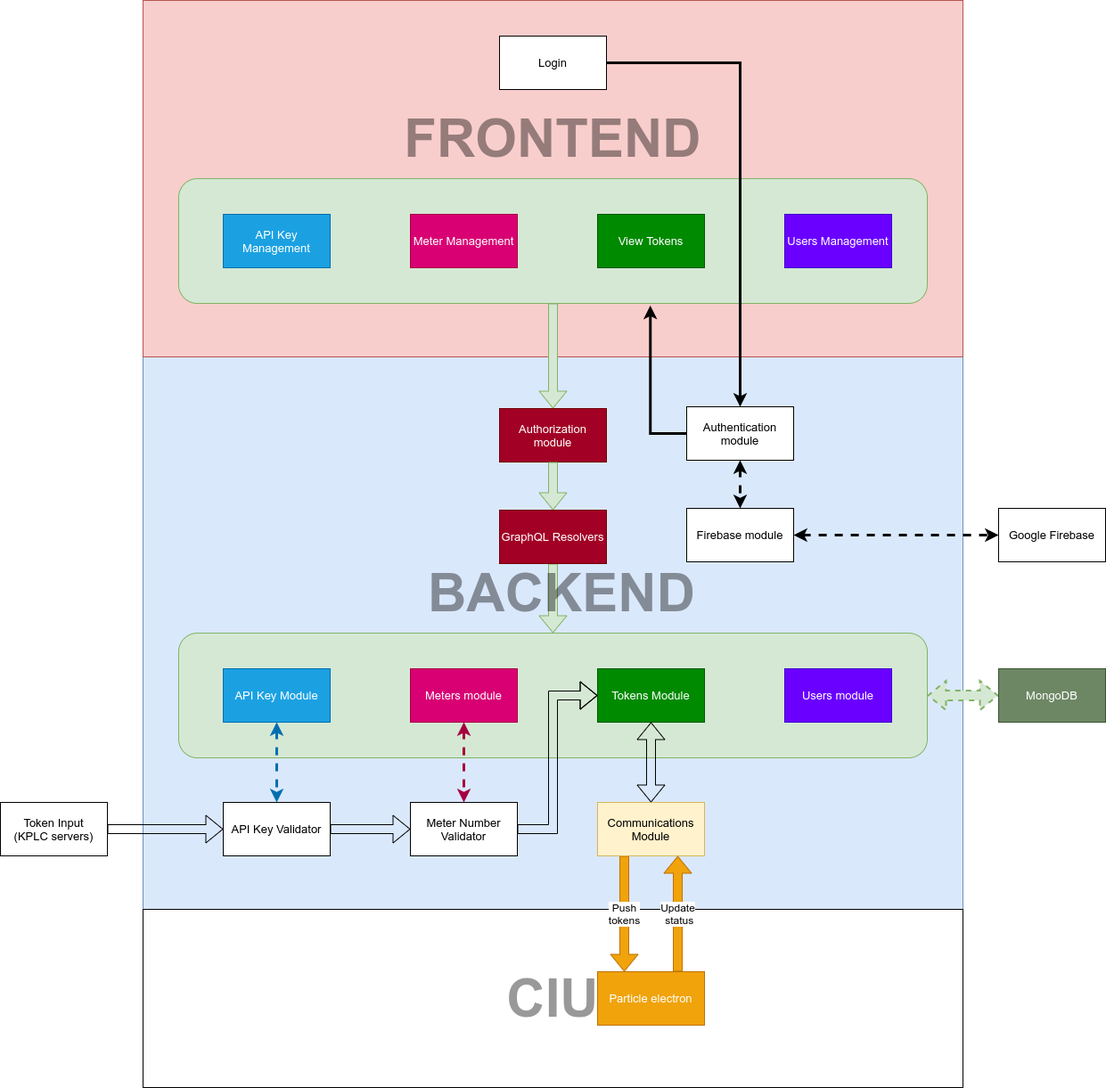
Earlier version of the draw.io export assets/logicv2.png (kisinga/ATS). Source tidied: cells renumbered, new cells last; positions are measured from the earlier drawing's top-left corner, leaving out a move shared by most shapes.
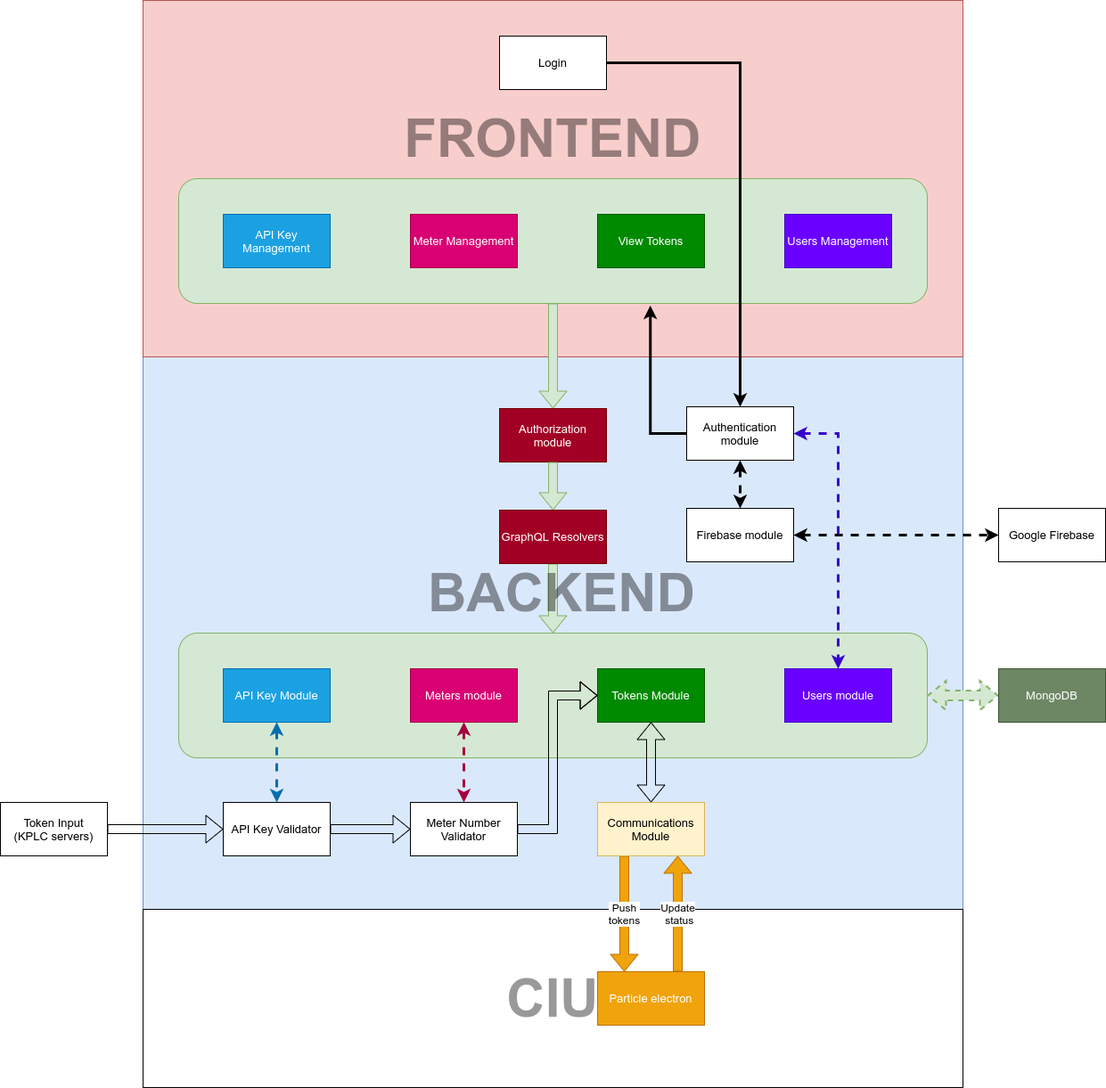
The same file after the commit.

Diff of the diagram source:
```diff
@@ -164,5 +164,12 @@
     <mxCell id="52" value="Token Input&lt;br&gt;(KPLC servers)" style="rounded=0;whiteSpace=wrap;html=1;fontSize=13;" parent="47" vertex="1">
       <mxGeometry width="120" height="60" as="geometry" />
     </mxCell>
+    <mxCell id="53" style="edgeStyle=orthogonalEdgeStyle;rounded=0;jettySize=auto;html=1;dashed=1;strokeWidth=3;startArrow=classic;startFill=1;fillColor=#6a00ff;strokeColor=#3700CC;" parent="1" edge="1" source="21" target="31">
+      <mxGeometry relative="1" as="geometry">
+        <Array as="points">
+          <mxPoint x="940" y="486" />
+        </Array>
+      </mxGeometry>
+    </mxCell>
   </root>
 </mxGraphModel>
```
